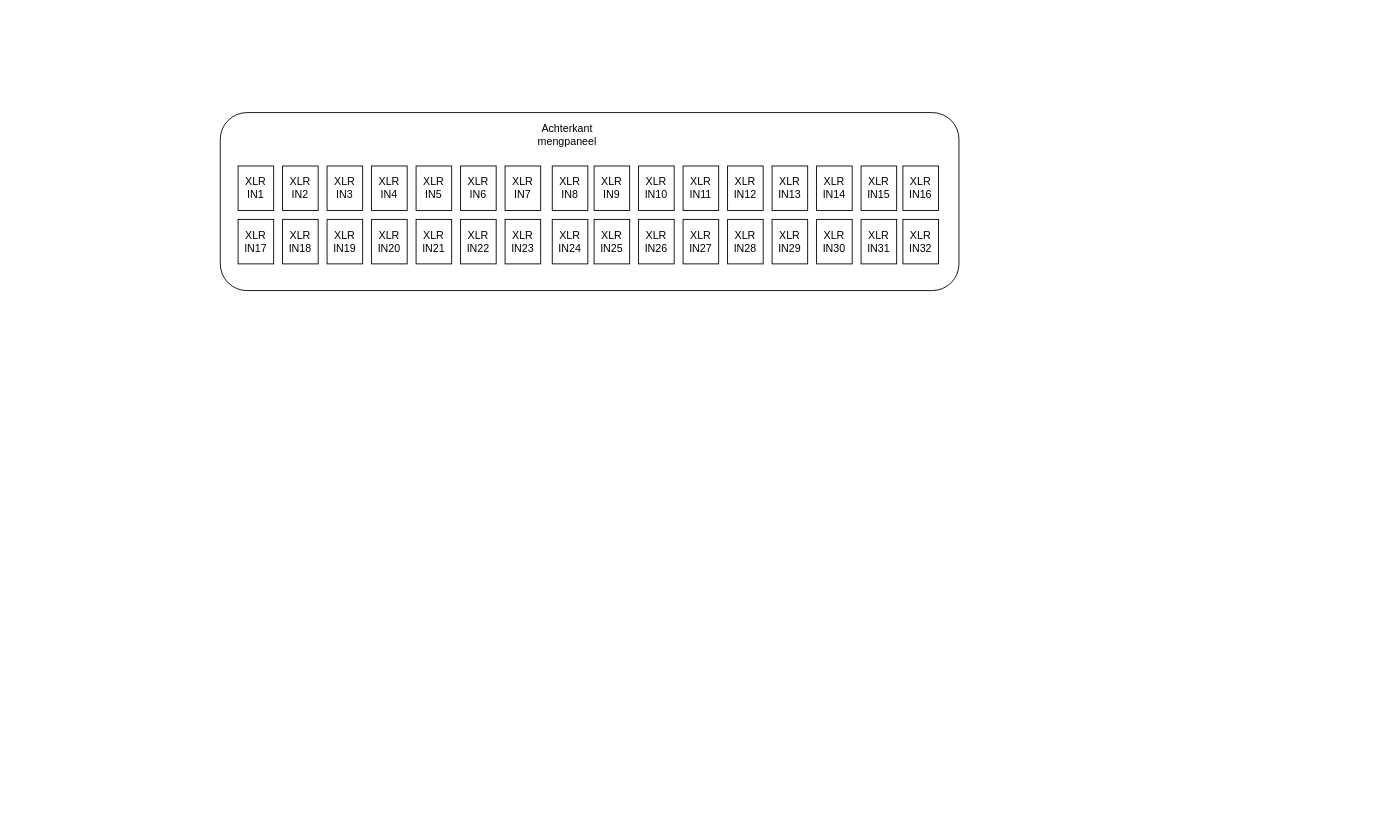
Before: Diagram zonder titel.drawio in Marsipulami/DrawIO, a draw.io diagram. Source tidied: cells renumbered, new cells numbered last; positions are measured from the earlier drawing's top-left corner, leaving out a move shared by most shapes. Both pictures are drawn from the tidied source at 89%, with x=0, y=0 at pixel (220, 112).
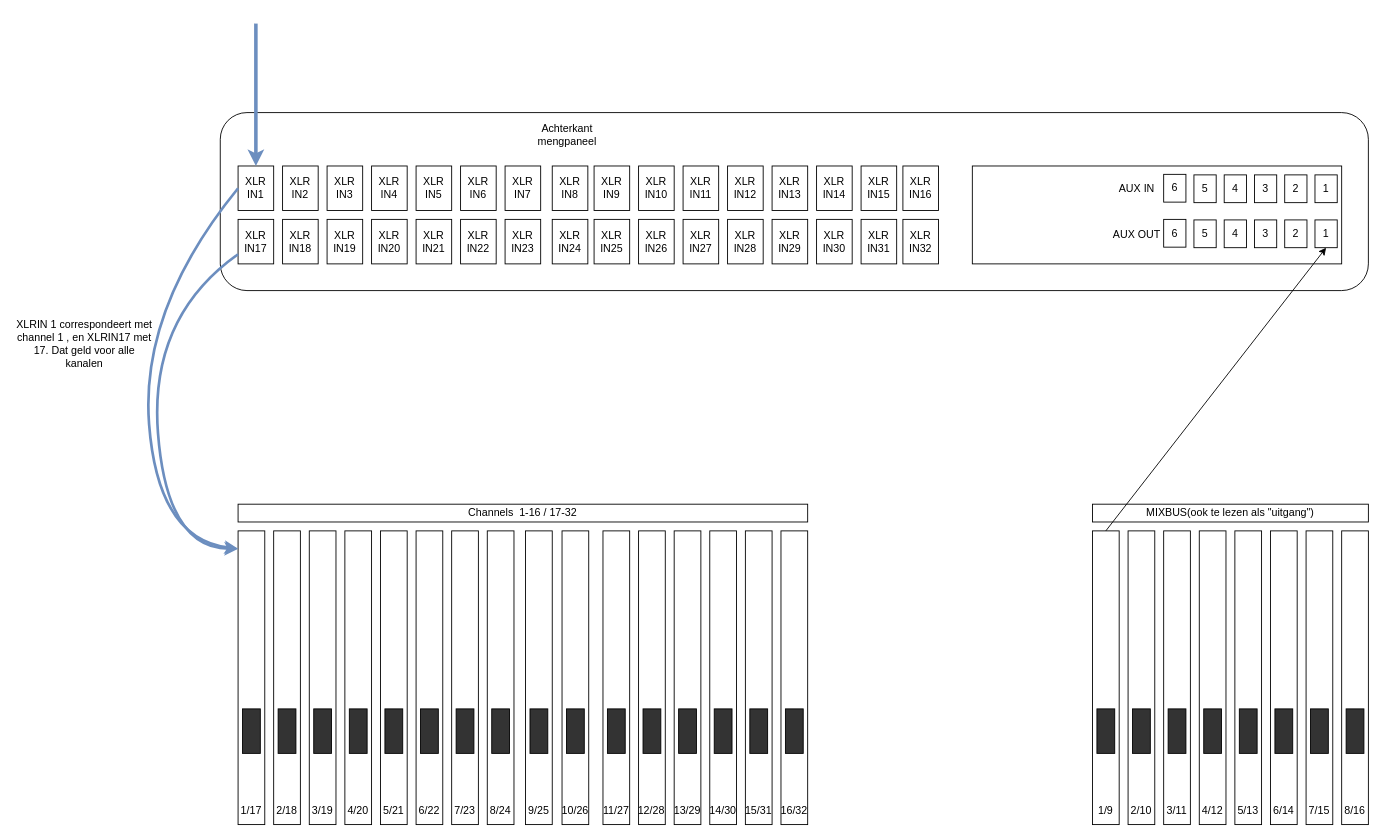
Above is the later version.

Unchanged cells that the change refers to:
```xml
<mxCell id="3" value="XLR IN1" style="rounded=0;whiteSpace=wrap;html=1;" parent="1" vertex="1">
  <mxGeometry x="20" y="60" width="40" height="50" as="geometry" />
</mxCell>
<mxCell id="19" value="XLR IN17" style="rounded=0;whiteSpace=wrap;html=1;" parent="1" vertex="1">
  <mxGeometry x="20" y="120" width="40" height="50" as="geometry" />
</mxCell>
```

What changed in the source:
```diff
@@
     <mxCell id="2" style="rounded=1;whiteSpace=wrap;html=1;" parent="1" vertex="1">
-      <mxGeometry width="830" height="200" as="geometry" />
+      <mxGeometry width="1290" height="200" as="geometry" />
     </mxCell>
@@
+    <mxCell id="36" style="rounded=0;whiteSpace=wrap;html=1;" parent="1" vertex="1">
+      <mxGeometry x="20" y="470" width="30" height="330" as="geometry" />
+    </mxCell>
+    <mxCell id="37" style="rounded=0;whiteSpace=wrap;html=1;fillColor=#333333;" parent="1" vertex="1">
+      <mxGeometry x="25" y="670" width="20" height="50" as="geometry" />
+    </mxCell>
+    <mxCell id="38" value="1/17" style="text;html=1;strokeColor=none;fillColor=none;align=center;verticalAlign=middle;whiteSpace=wrap;rounded=0;" parent="1" vertex="1">
+      <mxGeometry x="25" y="770" width="20" height="30" as="geometry" />
+    </mxCell>
+    <mxCell id="39" style="rounded=0;whiteSpace=wrap;html=1;" parent="1" vertex="1">
+      <mxGeometry x="980" y="470" width="30" height="330" as="geometry" />
+    </mxCell>
+    <mxCell id="40" style="rounded=0;whiteSpace=wrap;html=1;fillColor=#333333;" parent="1" vertex="1">
+      <mxGeometry x="985" y="670" width="20" height="50" as="geometry" />
+    </mxCell>
+    <mxCell id="41" value="1/9" style="text;html=1;strokeColor=none;fillColor=none;align=center;verticalAlign=middle;whiteSpace=wrap;rounded=0;" parent="1" vertex="1">
+      <mxGeometry x="985" y="770" width="20" height="30" as="geometry" />
+    </mxCell>
+    <mxCell id="42" style="endArrow=classic;html=1;rounded=0;strokeWidth=4;fillColor=#dae8fc;strokeColor=#6c8ebf;" parent="1" edge="1" target="3">
+      <mxGeometry relative="1" as="geometry">
+        <mxPoint x="40" y="-100" as="sourcePoint" />
+      </mxGeometry>
+    </mxCell>
+    <mxCell id="43" style="curved=1;endArrow=classic;html=1;rounded=0;fillColor=#dae8fc;strokeColor=#6c8ebf;exitX=0;exitY=0.5;exitDx=0;exitDy=0;strokeWidth=3;" parent="1" edge="1" source="3">
+      <mxGeometry relative="1" as="geometry">
+        <mxPoint x="20" y="490" as="targetPoint" />
+        <Array as="points">
+          <mxPoint x="-90" y="220" />
+          <mxPoint x="-70" y="480" />
+        </Array>
+      </mxGeometry>
+    </mxCell>
+    <mxCell id="44" style="rounded=0;whiteSpace=wrap;html=1;" parent="1" vertex="1">
+      <mxGeometry x="60" y="470" width="30" height="330" as="geometry" />
+    </mxCell>
+    <mxCell id="45" style="rounded=0;whiteSpace=wrap;html=1;fillColor=#333333;" parent="1" vertex="1">
+      <mxGeometry x="65" y="670" width="20" height="50" as="geometry" />
+    </mxCell>
+    <mxCell id="46" value="2/18" style="text;html=1;strokeColor=none;fillColor=none;align=center;verticalAlign=middle;whiteSpace=wrap;rounded=0;" parent="1" vertex="1">
+      <mxGeometry x="65" y="770" width="20" height="30" as="geometry" />
+    </mxCell>
+    <mxCell id="47" style="rounded=0;whiteSpace=wrap;html=1;" parent="1" vertex="1">
+      <mxGeometry x="100" y="470" width="30" height="330" as="geometry" />
+    </mxCell>
+    <mxCell id="48" style="rounded=0;whiteSpace=wrap;html=1;fillColor=#333333;" parent="1" vertex="1">
+      <mxGeometry x="105" y="670" width="20" height="50" as="geometry" />
+    </mxCell>
+    <mxCell id="49" value="3/19" style="text;html=1;strokeColor=none;fillColor=none;align=center;verticalAlign=middle;whiteSpace=wrap;rounded=0;" parent="1" vertex="1">
+      <mxGeometry x="105" y="770" width="20" height="30" as="geometry" />
+    </mxCell>
+    <mxCell id="50" style="rounded=0;whiteSpace=wrap;html=1;" parent="1" vertex="1">
+      <mxGeometry x="140" y="470" width="30" height="330" as="geometry" />
+    </mxCell>
+    <mxCell id="51" style="rounded=0;whiteSpace=wrap;html=1;fillColor=#333333;" parent="1" vertex="1">
+      <mxGeometry x="145" y="670" width="20" height="50" as="geometry" />
+    </mxCell>
+    <mxCell id="52" value="4/20" style="text;html=1;strokeColor=none;fillColor=none;align=center;verticalAlign=middle;whiteSpace=wrap;rounded=0;" parent="1" vertex="1">
+      <mxGeometry x="145" y="770" width="20" height="30" as="geometry" />
+    </mxCell>
+    <mxCell id="53" style="rounded=0;whiteSpace=wrap;html=1;" parent="1" vertex="1">
+      <mxGeometry x="180" y="470" width="30" height="330" as="geometry" />
+    </mxCell>
+    <mxCell id="54" style="rounded=0;whiteSpace=wrap;html=1;fillColor=#333333;" parent="1" vertex="1">
+      <mxGeometry x="185" y="670" width="20" height="50" as="geometry" />
+    </mxCell>
+    <mxCell id="55" value="5/21" style="text;html=1;strokeColor=none;fillColor=none;align=center;verticalAlign=middle;whiteSpace=wrap;rounded=0;" parent="1" vertex="1">
+      <mxGeometry x="185" y="770" width="20" height="30" as="geometry" />
+    </mxCell>
+    <mxCell id="56" style="rounded=0;whiteSpace=wrap;html=1;" parent="1" vertex="1">
+      <mxGeometry x="220" y="470" width="30" height="330" as="geometry" />
+    </mxCell>
+    <mxCell id="57" style="rounded=0;whiteSpace=wrap;html=1;fillColor=#333333;" parent="1" vertex="1">
+      <mxGeometry x="225" y="670" width="20" height="50" as="geometry" />
+    </mxCell>
+    <mxCell id="58" value="6/22" style="text;html=1;strokeColor=none;fillColor=none;align=center;verticalAlign=middle;whiteSpace=wrap;rounded=0;" parent="1" vertex="1">
+      <mxGeometry x="225" y="770" width="20" height="30" as="geometry" />
+    </mxCell>
+    <mxCell id="59" style="rounded=0;whiteSpace=wrap;html=1;" parent="1" vertex="1">
+      <mxGeometry x="260" y="470" width="30" height="330" as="geometry" />
+    </mxCell>
+    <mxCell id="60" style="rounded=0;whiteSpace=wrap;html=1;fillColor=#333333;" parent="1" vertex="1">
+      <mxGeometry x="265" y="670" width="20" height="50" as="geometry" />
+    </mxCell>
+    <mxCell id="61" value="7/23" style="text;html=1;strokeColor=none;fillColor=none;align=center;verticalAlign=middle;whiteSpace=wrap;rounded=0;" parent="1" vertex="1">
+      <mxGeometry x="265" y="770" width="20" height="30" as="geometry" />
+    </mxCell>
+    <mxCell id="62" style="rounded=0;whiteSpace=wrap;html=1;" parent="1" vertex="1">
+      <mxGeometry x="300" y="470" width="30" height="330" as="geometry" />
+    </mxCell>
+    <mxCell id="63" style="rounded=0;whiteSpace=wrap;html=1;fillColor=#333333;" parent="1" vertex="1">
+      <mxGeometry x="305" y="670" width="20" height="50" as="geometry" />
+    </mxCell>
+    <mxCell id="64" value="8/24" style="text;html=1;strokeColor=none;fillColor=none;align=center;verticalAlign=middle;whiteSpace=wrap;rounded=0;" parent="1" vertex="1">
+      <mxGeometry x="305" y="770" width="20" height="30" as="geometry" />
+    </mxCell>
+    <mxCell id="65" style="rounded=0;whiteSpace=wrap;html=1;" parent="1" vertex="1">
+      <mxGeometry x="343" y="470" width="30" height="330" as="geometry" />
+    </mxCell>
+    <mxCell id="66" style="rounded=0;whiteSpace=wrap;html=1;fillColor=#333333;" parent="1" vertex="1">
+      <mxGeometry x="348" y="670" width="20" height="50" as="geometry" />
+    </mxCell>
+    <mxCell id="67" value="9/25" style="text;html=1;strokeColor=none;fillColor=none;align=center;verticalAlign=middle;whiteSpace=wrap;rounded=0;" parent="1" vertex="1">
+      <mxGeometry x="348" y="770" width="20" height="30" as="geometry" />
+    </mxCell>
+    <mxCell id="68" style="rounded=0;whiteSpace=wrap;html=1;" parent="1" vertex="1">
+      <mxGeometry x="384" y="470" width="30" height="330" as="geometry" />
+    </mxCell>
+    <mxCell id="69" style="rounded=0;whiteSpace=wrap;html=1;fillColor=#333333;" parent="1" vertex="1">
+      <mxGeometry x="389" y="670" width="20" height="50" as="geometry" />
+    </mxCell>
+    <mxCell id="70" value="10/26" style="text;html=1;strokeColor=none;fillColor=none;align=center;verticalAlign=middle;whiteSpace=wrap;rounded=0;" parent="1" vertex="1">
+      <mxGeometry x="389" y="770" width="20" height="30" as="geometry" />
+    </mxCell>
+    <mxCell id="71" style="rounded=0;whiteSpace=wrap;html=1;" parent="1" vertex="1">
+      <mxGeometry x="430" y="470" width="30" height="330" as="geometry" />
+    </mxCell>
+    <mxCell id="72" style="rounded=0;whiteSpace=wrap;html=1;fillColor=#333333;" parent="1" vertex="1">
+      <mxGeometry x="435" y="670" width="20" height="50" as="geometry" />
+    </mxCell>
+    <mxCell id="73" value="11/27" style="text;html=1;strokeColor=none;fillColor=none;align=center;verticalAlign=middle;whiteSpace=wrap;rounded=0;" parent="1" vertex="1">
+      <mxGeometry x="435" y="770" width="20" height="30" as="geometry" />
+    </mxCell>
+    <mxCell id="74" style="rounded=0;whiteSpace=wrap;html=1;" parent="1" vertex="1">
+      <mxGeometry x="470" y="470" width="30" height="330" as="geometry" />
+    </mxCell>
+    <mxCell id="75" style="rounded=0;whiteSpace=wrap;html=1;fillColor=#333333;" parent="1" vertex="1">
+      <mxGeometry x="475" y="670" width="20" height="50" as="geometry" />
+    </mxCell>
+    <mxCell id="76" value="12/28" style="text;html=1;strokeColor=none;fillColor=none;align=center;verticalAlign=middle;whiteSpace=wrap;rounded=0;" parent="1" vertex="1">
+      <mxGeometry x="472" y="770" width="25" height="30" as="geometry" />
+    </mxCell>
+    <mxCell id="77" style="rounded=0;whiteSpace=wrap;html=1;" parent="1" vertex="1">
+      <mxGeometry x="510" y="470" width="30" height="330" as="geometry" />
+    </mxCell>
+    <mxCell id="78" style="rounded=0;whiteSpace=wrap;html=1;fillColor=#333333;" parent="1" vertex="1">
+      <mxGeometry x="515" y="670" width="20" height="50" as="geometry" />
+    </mxCell>
+    <mxCell id="79" value="13/29" style="text;html=1;strokeColor=none;fillColor=none;align=center;verticalAlign=middle;whiteSpace=wrap;rounded=0;" parent="1" vertex="1">
+      <mxGeometry x="515" y="770" width="20" height="30" as="geometry" />
+    </mxCell>
+    <mxCell id="80" style="rounded=0;whiteSpace=wrap;html=1;" parent="1" vertex="1">
+      <mxGeometry x="550" y="470" width="30" height="330" as="geometry" />
+    </mxCell>
+    <mxCell id="81" style="rounded=0;whiteSpace=wrap;html=1;fillColor=#333333;" parent="1" vertex="1">
+      <mxGeometry x="555" y="670" width="20" height="50" as="geometry" />
+    </mxCell>
+    <mxCell id="82" value="14/30" style="text;html=1;strokeColor=none;fillColor=none;align=center;verticalAlign=middle;whiteSpace=wrap;rounded=0;" parent="1" vertex="1">
+      <mxGeometry x="555" y="770" width="20" height="30" as="geometry" />
+    </mxCell>
+    <mxCell id="83" style="rounded=0;whiteSpace=wrap;html=1;" parent="1" vertex="1">
+      <mxGeometry x="590" y="470" width="30" height="330" as="geometry" />
+    </mxCell>
+    <mxCell id="84" style="rounded=0;whiteSpace=wrap;html=1;fillColor=#333333;" parent="1" vertex="1">
+      <mxGeometry x="595" y="670" width="20" height="50" as="geometry" />
+    </mxCell>
+    <mxCell id="85" value="15/31" style="text;html=1;strokeColor=none;fillColor=none;align=center;verticalAlign=middle;whiteSpace=wrap;rounded=0;" parent="1" vertex="1">
+      <mxGeometry x="595" y="770" width="20" height="30" as="geometry" />
+    </mxCell>
+    <mxCell id="86" style="rounded=0;whiteSpace=wrap;html=1;" parent="1" vertex="1">
+      <mxGeometry x="630" y="470" width="30" height="330" as="geometry" />
+    </mxCell>
+    <mxCell id="87" style="rounded=0;whiteSpace=wrap;html=1;fillColor=#333333;" parent="1" vertex="1">
+      <mxGeometry x="635" y="670" width="20" height="50" as="geometry" />
+    </mxCell>
+    <mxCell id="88" value="16/32" style="text;html=1;strokeColor=none;fillColor=none;align=center;verticalAlign=middle;whiteSpace=wrap;rounded=0;" parent="1" vertex="1">
+      <mxGeometry x="635" y="770" width="20" height="30" as="geometry" />
+    </mxCell>
+    <mxCell id="89" value="MIXBUS(ook te lezen als &quot;uitgang&quot;)" style="rounded=0;whiteSpace=wrap;html=1;" parent="1" vertex="1">
+      <mxGeometry x="980" y="440" width="310" height="20" as="geometry" />
+    </mxCell>
+    <mxCell id="90" style="rounded=0;whiteSpace=wrap;html=1;" parent="1" vertex="1">
+      <mxGeometry x="1020" y="470" width="30" height="330" as="geometry" />
+    </mxCell>
+    <mxCell id="91" style="rounded=0;whiteSpace=wrap;html=1;fillColor=#333333;" parent="1" vertex="1">
+      <mxGeometry x="1025" y="670" width="20" height="50" as="geometry" />
+    </mxCell>
+    <mxCell id="92" value="2/10" style="text;html=1;strokeColor=none;fillColor=none;align=center;verticalAlign=middle;whiteSpace=wrap;rounded=0;" parent="1" vertex="1">
+      <mxGeometry x="1025" y="770" width="20" height="30" as="geometry" />
+    </mxCell>
+    <mxCell id="93" style="rounded=0;whiteSpace=wrap;html=1;" parent="1" vertex="1">
+      <mxGeometry x="1060" y="470" width="30" height="330" as="geometry" />
+    </mxCell>
+    <mxCell id="94" style="rounded=0;whiteSpace=wrap;html=1;fillColor=#333333;" parent="1" vertex="1">
+      <mxGeometry x="1065" y="670" width="20" height="50" as="geometry" />
+    </mxCell>
+    <mxCell id="95" value="3/11" style="text;html=1;strokeColor=none;fillColor=none;align=center;verticalAlign=middle;whiteSpace=wrap;rounded=0;" parent="1" vertex="1">
+      <mxGeometry x="1065" y="770" width="20" height="30" as="geometry" />
+    </mxCell>
+    <mxCell id="96" style="rounded=0;whiteSpace=wrap;html=1;" parent="1" vertex="1">
+      <mxGeometry x="1100" y="470" width="30" height="330" as="geometry" />
+    </mxCell>
+    <mxCell id="97" style="rounded=0;whiteSpace=wrap;html=1;fillColor=#333333;" parent="1" vertex="1">
+      <mxGeometry x="1105" y="670" width="20" height="50" as="geometry" />
+    </mxCell>
+    <mxCell id="98" value="4/12" style="text;html=1;strokeColor=none;fillColor=none;align=center;verticalAlign=middle;whiteSpace=wrap;rounded=0;" parent="1" vertex="1">
+      <mxGeometry x="1105" y="770" width="20" height="30" as="geometry" />
+    </mxCell>
+    <mxCell id="99" style="rounded=0;whiteSpace=wrap;html=1;" parent="1" vertex="1">
+      <mxGeometry x="1140" y="470" width="30" height="330" as="geometry" />
+    </mxCell>
+    <mxCell id="100" style="rounded=0;whiteSpace=wrap;html=1;fillColor=#333333;" parent="1" vertex="1">
+      <mxGeometry x="1145" y="670" width="20" height="50" as="geometry" />
+    </mxCell>
+    <mxCell id="101" value="5/13" style="text;html=1;strokeColor=none;fillColor=none;align=center;verticalAlign=middle;whiteSpace=wrap;rounded=0;" parent="1" vertex="1">
+      <mxGeometry x="1145" y="770" width="20" height="30" as="geometry" />
+    </mxCell>
+    <mxCell id="102" style="rounded=0;whiteSpace=wrap;html=1;" parent="1" vertex="1">
+      <mxGeometry x="1180" y="470" width="30" height="330" as="geometry" />
+    </mxCell>
+    <mxCell id="103" style="rounded=0;whiteSpace=wrap;html=1;fillColor=#333333;" parent="1" vertex="1">
+      <mxGeometry x="1185" y="670" width="20" height="50" as="geometry" />
+    </mxCell>
+    <mxCell id="104" value="6/14" style="text;html=1;strokeColor=none;fillColor=none;align=center;verticalAlign=middle;whiteSpace=wrap;rounded=0;" parent="1" vertex="1">
+      <mxGeometry x="1185" y="770" width="20" height="30" as="geometry" />
+    </mxCell>
+    <mxCell id="105" style="rounded=0;whiteSpace=wrap;html=1;" parent="1" vertex="1">
+      <mxGeometry x="1220" y="470" width="30" height="330" as="geometry" />
+    </mxCell>
+    <mxCell id="106" style="rounded=0;whiteSpace=wrap;html=1;fillColor=#333333;" parent="1" vertex="1">
+      <mxGeometry x="1225" y="670" width="20" height="50" as="geometry" />
+    </mxCell>
+    <mxCell id="107" value="7/15" style="text;html=1;strokeColor=none;fillColor=none;align=center;verticalAlign=middle;whiteSpace=wrap;rounded=0;" parent="1" vertex="1">
+      <mxGeometry x="1225" y="770" width="20" height="30" as="geometry" />
+    </mxCell>
+    <mxCell id="108" style="rounded=0;whiteSpace=wrap;html=1;" parent="1" vertex="1">
+      <mxGeometry x="1260" y="470" width="30" height="330" as="geometry" />
+    </mxCell>
+    <mxCell id="109" style="rounded=0;whiteSpace=wrap;html=1;fillColor=#333333;" parent="1" vertex="1">
+      <mxGeometry x="1265" y="670" width="20" height="50" as="geometry" />
+    </mxCell>
+    <mxCell id="110" value="8/16" style="text;html=1;strokeColor=none;fillColor=none;align=center;verticalAlign=middle;whiteSpace=wrap;rounded=0;" parent="1" vertex="1">
+      <mxGeometry x="1265" y="770" width="20" height="30" as="geometry" />
+    </mxCell>
+    <mxCell id="111" value="Channels&amp;nbsp; 1-16 / 17-32" style="rounded=0;whiteSpace=wrap;html=1;" parent="1" vertex="1">
+      <mxGeometry x="20" y="440" width="640" height="20" as="geometry" />
+    </mxCell>
+    <mxCell id="112" value="XLRIN 1 correspondeert met channel 1 , en XLRIN17 met 17. Dat geld voor alle kanalen" style="text;html=1;strokeColor=none;fillColor=none;align=center;verticalAlign=middle;whiteSpace=wrap;rounded=0;" parent="1" vertex="1">
+      <mxGeometry x="-230" y="230" width="155" height="60" as="geometry" />
+    </mxCell>
+    <mxCell id="113" style="rounded=0;whiteSpace=wrap;html=1;" parent="1" vertex="1">
+      <mxGeometry x="845" y="60" width="415" height="110" as="geometry" />
+    </mxCell>
+    <mxCell id="114" value="1" style="rounded=0;whiteSpace=wrap;html=1;" parent="1" vertex="1">
+      <mxGeometry x="1230" y="70" width="25" height="31.2" as="geometry" />
+    </mxCell>
+    <mxCell id="115" value="2" style="rounded=0;whiteSpace=wrap;html=1;" parent="1" vertex="1">
+      <mxGeometry x="1196" y="70" width="25" height="31.2" as="geometry" />
+    </mxCell>
+    <mxCell id="116" value="3" style="rounded=0;whiteSpace=wrap;html=1;" parent="1" vertex="1">
+      <mxGeometry x="1162" y="70" width="25" height="31.2" as="geometry" />
+    </mxCell>
+    <mxCell id="117" value="4" style="rounded=0;whiteSpace=wrap;html=1;" parent="1" vertex="1">
+      <mxGeometry x="1128" y="70" width="25" height="31.2" as="geometry" />
+    </mxCell>
+    <mxCell id="118" value="5" style="rounded=0;whiteSpace=wrap;html=1;" parent="1" vertex="1">
+      <mxGeometry x="1094" y="70" width="25" height="31.2" as="geometry" />
+    </mxCell>
+    <mxCell id="119" value="6" style="rounded=0;whiteSpace=wrap;html=1;" parent="1" vertex="1">
+      <mxGeometry x="1060" y="69.4" width="25" height="31.2" as="geometry" />
+    </mxCell>
+    <mxCell id="120" value="1" style="rounded=0;whiteSpace=wrap;html=1;" parent="1" vertex="1">
+      <mxGeometry x="1230" y="120.6" width="25" height="31.2" as="geometry" />
+    </mxCell>
+    <mxCell id="121" value="2" style="rounded=0;whiteSpace=wrap;html=1;" parent="1" vertex="1">
+      <mxGeometry x="1196" y="120.6" width="25" height="31.2" as="geometry" />
+    </mxCell>
+    <mxCell id="122" value="3" style="rounded=0;whiteSpace=wrap;html=1;" parent="1" vertex="1">
+      <mxGeometry x="1162" y="120.6" width="25" height="31.2" as="geometry" />
+    </mxCell>
+    <mxCell id="123" value="4" style="rounded=0;whiteSpace=wrap;html=1;" parent="1" vertex="1">
+      <mxGeometry x="1128" y="120.6" width="25" height="31.2" as="geometry" />
+    </mxCell>
+    <mxCell id="124" value="5" style="rounded=0;whiteSpace=wrap;html=1;" parent="1" vertex="1">
+      <mxGeometry x="1094" y="120.6" width="25" height="31.2" as="geometry" />
+    </mxCell>
+    <mxCell id="125" value="6" style="rounded=0;whiteSpace=wrap;html=1;" parent="1" vertex="1">
+      <mxGeometry x="1060" y="120" width="25" height="31.2" as="geometry" />
+    </mxCell>
+    <mxCell id="126" value="AUX IN" style="text;html=1;strokeColor=none;fillColor=none;align=center;verticalAlign=middle;whiteSpace=wrap;rounded=0;" parent="1" vertex="1">
+      <mxGeometry x="1000" y="71.2" width="60" height="30" as="geometry" />
+    </mxCell>
+    <mxCell id="127" value="AUX OUT" style="text;html=1;strokeColor=none;fillColor=none;align=center;verticalAlign=middle;whiteSpace=wrap;rounded=0;" parent="1" vertex="1">
+      <mxGeometry x="1000" y="121.9" width="60" height="30" as="geometry" />
+    </mxCell>
+    <mxCell id="128" style="curved=1;endArrow=classic;html=1;rounded=0;fillColor=#dae8fc;strokeColor=#6c8ebf;strokeWidth=3;" parent="1" edge="1" source="19">
+      <mxGeometry relative="1" as="geometry">
+        <mxPoint x="20" y="490" as="targetPoint" />
+        <Array as="points">
+          <mxPoint x="-80" y="230" />
+          <mxPoint x="-60" y="490" />
+        </Array>
+      </mxGeometry>
+    </mxCell>
+    <mxCell id="129" style="endArrow=classic;html=1;rounded=0;entryX=0.5;entryY=1;entryDx=0;entryDy=0;exitX=0.5;exitY=0;exitDx=0;exitDy=0;" parent="1" edge="1" source="39" target="120">
+      <mxGeometry relative="1" as="geometry" />
+    </mxCell>
```
